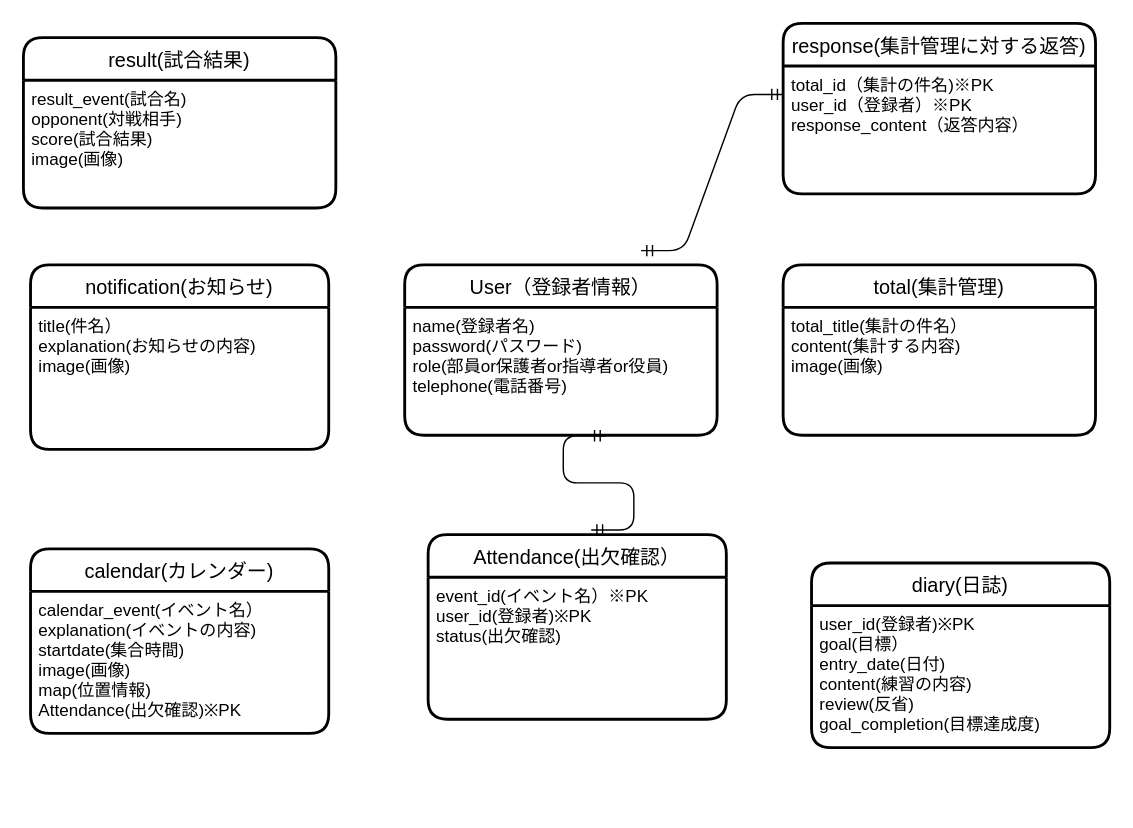
Earlier version of the draw.io diagram bukatu.dio (haru-teck/bukatu). Source tidied: cells renumbered, new cells numbered last; positions are measured from the earlier drawing's top-left corner, leaving out a move shared by most shapes. Both pictures are drawn from the tidied source at 142%, with x=0, y=0 at pixel (23, 23).
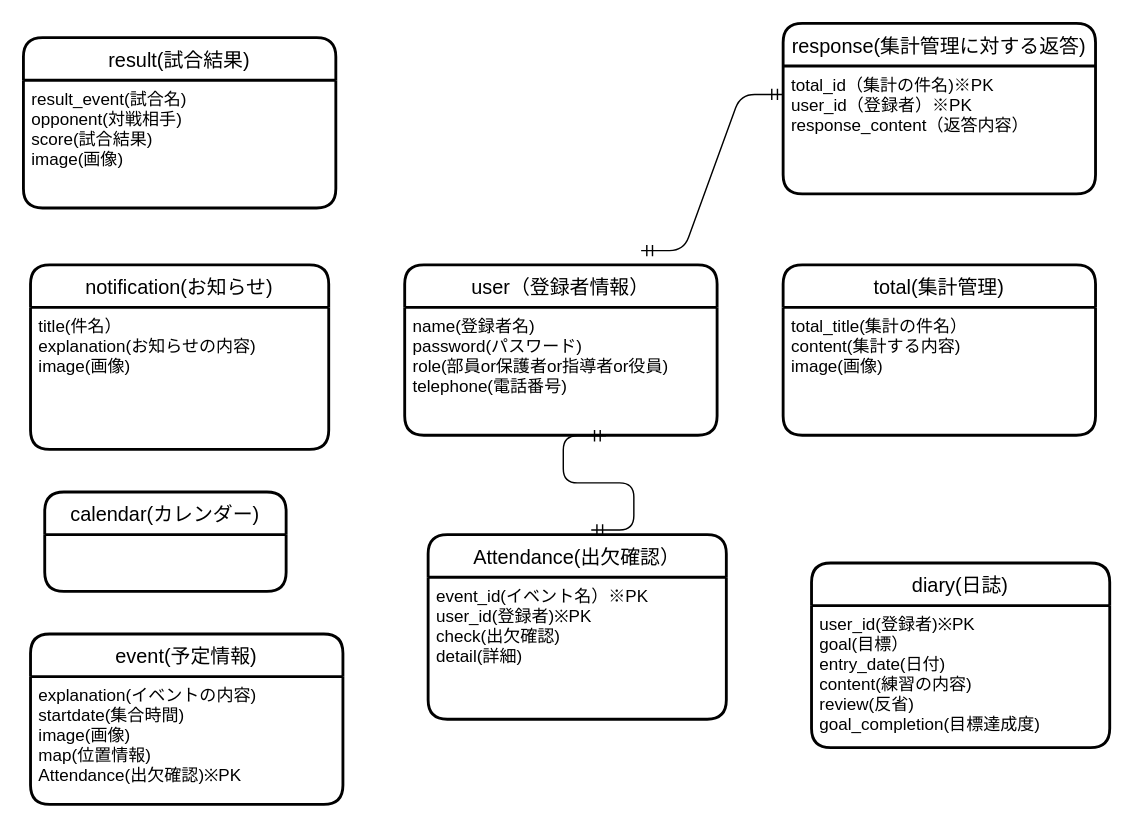
Above is the later version.

Unchanged cells that the change refers to:
```xml
<mxCell id="8" value="Attendance(出欠確認）" style="swimlane;horizontal=1;startSize=30;rounded=1;fontSize=14;fontStyle=0;strokeWidth=2;shadow=0;dashed=0;align=center;" parent="1" vertex="1">
  <mxGeometry x="285" y="360" width="210" height="130" as="geometry" />
</mxCell>
```

Diff of the diagram source:
```diff
@@
-    <mxCell id="2" value="User（登録者情報）" style="swimlane;horizontal=1;startSize=30;rounded=1;fontSize=14;fontStyle=0;strokeWidth=2;shadow=0;dashed=0;align=center;" parent="1" vertex="1">
+    <mxCell id="2" value="user（登録者情報）" style="swimlane;horizontal=1;startSize=30;rounded=1;fontSize=14;fontStyle=0;strokeWidth=2;shadow=0;dashed=0;align=center;" parent="1" vertex="1">
       <mxGeometry x="268.5" y="170" width="220" height="120" as="geometry" />
     </mxCell>
@@
     <mxCell id="6" value="calendar(カレンダー)" style="swimlane;horizontal=1;startSize=30;rounded=1;fontSize=14;fontStyle=0;strokeWidth=2;shadow=0;dashed=0;align=center;" parent="1" vertex="1">
-      <mxGeometry x="5" y="370" width="210" height="130" as="geometry" />
+      <mxGeometry x="15" y="330" width="170" height="70" as="geometry" />
     </mxCell>
-    <mxCell id="7" value="calendar_event(イベント名）&#10;explanation(イベントの内容)&#10;startdate(集合時間)&#10;image(画像)&#10;map(位置情報)&#10;Attendance(出欠確認)※PK" style="align=left;strokeColor=none;fillColor=none;spacingLeft=4;fontSize=12;verticalAlign=top;" parent="6" vertex="1">
-      <mxGeometry y="30" width="210" height="100" as="geometry" />
-    </mxCell>
@@
-    <mxCell id="9" value="event_id(イベント名）※PK&#10;user_id(登録者)※PK&#10;status(出欠確認)" style="align=left;strokeColor=none;fillColor=none;spacingLeft=4;fontSize=12;verticalAlign=top;" parent="8" vertex="1">
+    <mxCell id="9" value="event_id(イベント名）※PK&#10;user_id(登録者)※PK&#10;check(出欠確認)&#10;detail(詳細)" style="align=left;strokeColor=none;fillColor=none;spacingLeft=4;fontSize=12;verticalAlign=top;" parent="8" vertex="1">
       <mxGeometry y="30" width="210" height="100" as="geometry" />
     </mxCell>
@@
+    <mxCell id="20" value="event(予定情報)" style="swimlane;horizontal=1;startSize=30;rounded=1;fontSize=14;fontStyle=0;strokeWidth=2;shadow=0;dashed=0;align=center;" parent="1" vertex="1">
+      <mxGeometry x="5" y="430" width="220" height="120" as="geometry" />
+    </mxCell>
+    <mxCell id="21" value="explanation(イベントの内容)&#10;startdate(集合時間)&#10;image(画像)&#10;map(位置情報)&#10;Attendance(出欠確認)※PK" style="align=left;strokeColor=none;fillColor=none;spacingLeft=4;fontSize=12;verticalAlign=top;" parent="20" vertex="1">
+      <mxGeometry y="30" width="220" height="90" as="geometry" />
+    </mxCell>
```
